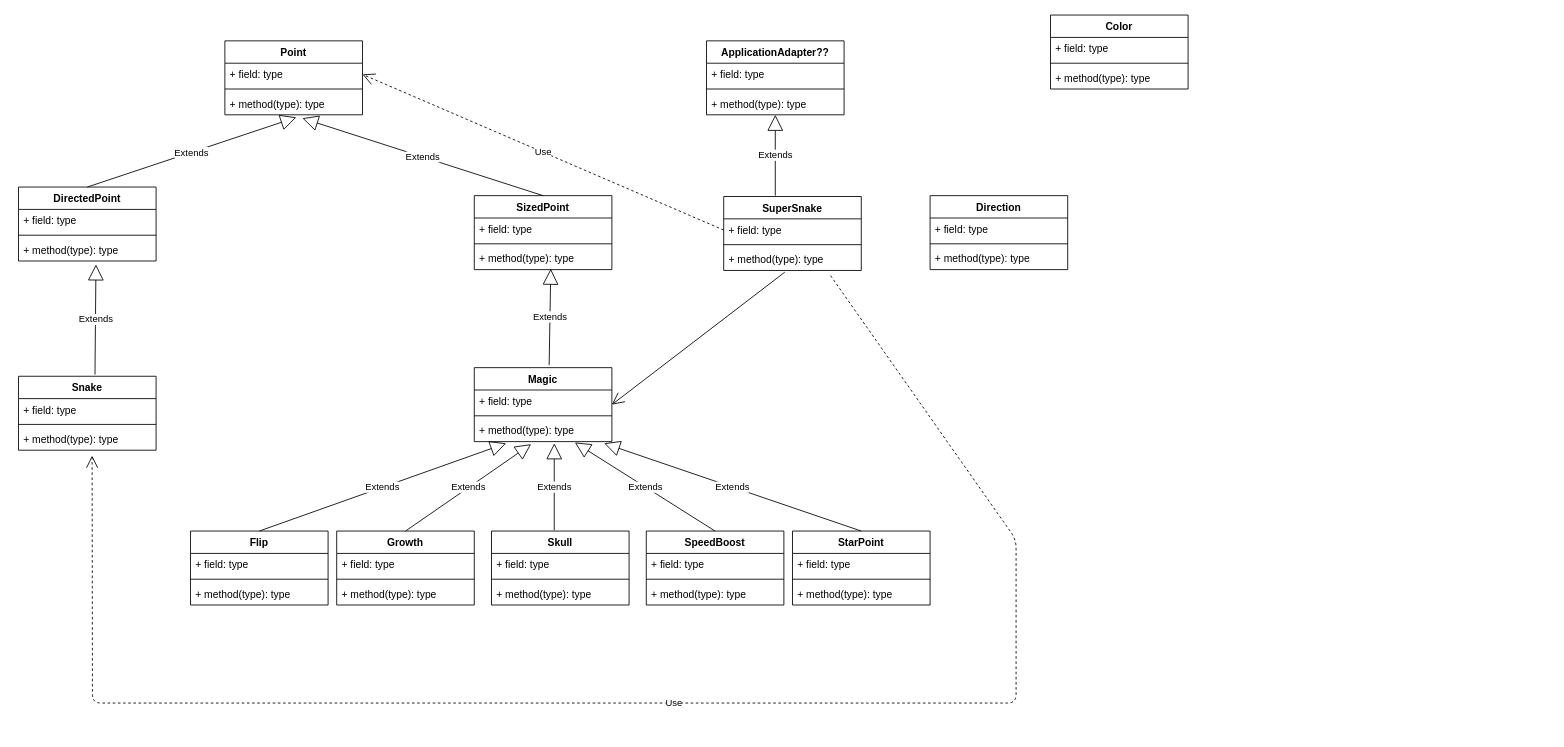
The draw.io diagram UML Inlämningsuppgift.drawio in toblinds/Inl-mningsuppgift, before the edit. Source tidied: cells renumbered, new cells numbered last; positions are measured from the earlier drawing's top-left corner, leaving out a move shared by most shapes. Both pictures are drawn from the tidied source at 86%, with x=0, y=0 at pixel (18, 15).
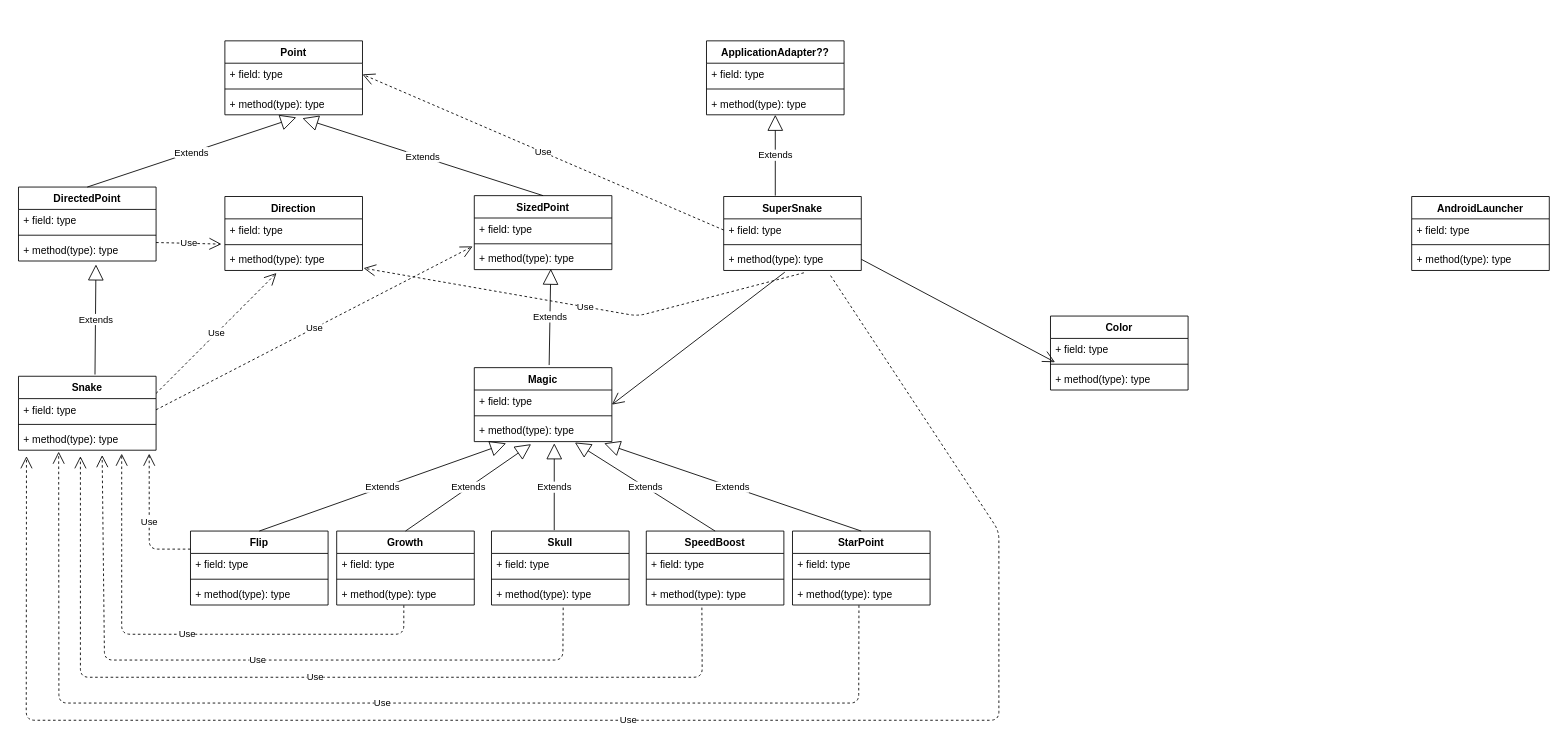
The same diagram, later.

The change refers to these unchanged cells:
```xml
<mxCell id="9" value="+ method(type): type" style="text;strokeColor=none;fillColor=none;align=left;verticalAlign=top;spacingLeft=4;spacingRight=4;overflow=hidden;points=[[0,0.5],[1,0.5]];portConstraint=eastwest;" parent="6" vertex="1">
  <mxGeometry y="60" width="160" height="26" as="geometry" />
</mxCell>
<mxCell id="11" value="+ field: type" style="text;strokeColor=none;fillColor=none;align=left;verticalAlign=top;spacingLeft=4;spacingRight=4;overflow=hidden;points=[[0,0.5],[1,0.5]];portConstraint=eastwest;" parent="10" vertex="1">
  <mxGeometry y="26" width="160" height="26" as="geometry" />
</mxCell>
<mxCell id="13" value="+ method(type): type" style="text;strokeColor=none;fillColor=none;align=left;verticalAlign=top;spacingLeft=4;spacingRight=4;overflow=hidden;points=[[0,0.5],[1,0.5]];portConstraint=eastwest;" parent="10" vertex="1">
  <mxGeometry y="60" width="160" height="26" as="geometry" />
</mxCell>
<mxCell id="14" value="DirectedPoint" style="swimlane;fontStyle=1;align=center;verticalAlign=top;horizontal=1;startSize=26;" parent="1" vertex="1">
  <mxGeometry y="200" width="160" height="86" as="geometry" />
</mxCell>
<mxCell id="31" value="+ field: type" style="text;strokeColor=none;fillColor=none;align=left;verticalAlign=top;spacingLeft=4;spacingRight=4;overflow=hidden;points=[[0,0.5],[1,0.5]];portConstraint=eastwest;" parent="30" vertex="1">
  <mxGeometry y="26" width="160" height="26" as="geometry" />
</mxCell>
<mxCell id="37" value="+ method(type): type" style="text;strokeColor=none;fillColor=none;align=left;verticalAlign=top;spacingLeft=4;spacingRight=4;overflow=hidden;points=[[0,0.5],[1,0.5]];portConstraint=eastwest;" parent="34" vertex="1">
  <mxGeometry y="60" width="160" height="26" as="geometry" />
</mxCell>
<mxCell id="41" value="+ method(type): type" style="text;strokeColor=none;fillColor=none;align=left;verticalAlign=top;spacingLeft=4;spacingRight=4;overflow=hidden;points=[[0,0.5],[1,0.5]];portConstraint=eastwest;" parent="38" vertex="1">
  <mxGeometry y="60" width="160" height="26" as="geometry" />
</mxCell>
<mxCell id="45" value="+ method(type): type" style="text;strokeColor=none;fillColor=none;align=left;verticalAlign=top;spacingLeft=4;spacingRight=4;overflow=hidden;points=[[0,0.5],[1,0.5]];portConstraint=eastwest;" parent="42" vertex="1">
  <mxGeometry y="60" width="160" height="26" as="geometry" />
</mxCell>
<mxCell id="49" value="+ method(type): type" style="text;strokeColor=none;fillColor=none;align=left;verticalAlign=top;spacingLeft=4;spacingRight=4;overflow=hidden;points=[[0,0.5],[1,0.5]];portConstraint=eastwest;" parent="46" vertex="1">
  <mxGeometry y="60" width="160" height="26" as="geometry" />
</mxCell>
<mxCell id="58" value="+ method(type): type" style="text;strokeColor=none;fillColor=none;align=left;verticalAlign=top;spacingLeft=4;spacingRight=4;overflow=hidden;points=[[0,0.5],[1,0.5]];portConstraint=eastwest;" parent="55" vertex="1">
  <mxGeometry y="60" width="160" height="26" as="geometry" />
</mxCell>
<mxCell id="66" value="+ method(type): type" style="text;strokeColor=none;fillColor=none;align=left;verticalAlign=top;spacingLeft=4;spacingRight=4;overflow=hidden;points=[[0,0.5],[1,0.5]];portConstraint=eastwest;" parent="63" vertex="1">
  <mxGeometry y="60" width="160" height="26" as="geometry" />
</mxCell>
<mxCell id="69" style="line;strokeWidth=1;fillColor=none;align=left;verticalAlign=middle;spacingTop=-1;spacingLeft=3;spacingRight=3;labelPosition=right;points=[];portConstraint=eastwest;" parent="67" vertex="1">
  <mxGeometry y="52" width="160" height="8" as="geometry" />
</mxCell>
```

What changed in the source:
```diff
@@
-    <mxCell id="61" value="Use" style="endArrow=open;endSize=12;dashed=1;html=1;entryX=0.535;entryY=1.244;entryDx=0;entryDy=0;entryPerimeter=0;exitX=0.777;exitY=1.231;exitDx=0;exitDy=0;exitPerimeter=0;" parent="1" edge="1" source="58" target="13">
+    <mxCell id="61" value="Use" style="endArrow=open;endSize=12;dashed=1;html=1;exitX=0.777;exitY=1.231;exitDx=0;exitDy=0;exitPerimeter=0;entryX=0.058;entryY=1.269;entryDx=0;entryDy=0;entryPerimeter=0;" parent="1" edge="1" source="58" target="13">
       <mxGeometry relative="1" as="geometry">
         <Array as="points">
-          <mxPoint x="1160" y="610" />
-          <mxPoint x="1160" y="800" />
-          <mxPoint x="86" y="800" />
+          <mxPoint x="1140" y="600" />
+          <mxPoint x="1140" y="820" />
+          <mxPoint x="9" y="820" />
         </Array>
       </mxGeometry>
     </mxCell>
@@
     <mxCell id="63" value="Direction" style="swimlane;fontStyle=1;align=center;verticalAlign=top;horizontal=1;startSize=26;" parent="1" vertex="1">
-      <mxGeometry x="1060" y="210" width="160" height="86" as="geometry" />
+      <mxGeometry x="240" y="211" width="160" height="86" as="geometry" />
     </mxCell>
@@
     <mxCell id="67" value="Color" style="swimlane;fontStyle=1;align=center;verticalAlign=top;horizontal=1;startSize=26;" parent="1" vertex="1">
-      <mxGeometry x="1200" width="160" height="86" as="geometry" />
+      <mxGeometry x="1200" y="350" width="160" height="86" as="geometry" />
     </mxCell>
@@
+    <mxCell id="71" value="AndroidLauncher" style="swimlane;fontStyle=1;align=center;verticalAlign=top;horizontal=1;startSize=26;" parent="1" vertex="1">
+      <mxGeometry x="1620" y="211" width="160" height="86" as="geometry" />
+    </mxCell>
+    <mxCell id="72" value="+ field: type" style="text;strokeColor=none;fillColor=none;align=left;verticalAlign=top;spacingLeft=4;spacingRight=4;overflow=hidden;" parent="71" vertex="1">
+      <mxGeometry y="26" width="160" height="26" as="geometry" />
+    </mxCell>
+    <mxCell id="73" style="line;strokeWidth=1;fillColor=none;align=left;verticalAlign=middle;spacingTop=-1;spacingLeft=3;spacingRight=3;labelPosition=right;" parent="71" vertex="1">
+      <mxGeometry y="52" width="160" height="8" as="geometry" />
+    </mxCell>
+    <mxCell id="74" value="+ method(type): type" style="text;strokeColor=none;fillColor=none;align=left;verticalAlign=top;spacingLeft=4;spacingRight=4;overflow=hidden;" parent="71" vertex="1">
+      <mxGeometry y="60" width="160" height="26" as="geometry" />
+    </mxCell>
+    <mxCell id="75" value="Use" style="endArrow=open;endSize=12;dashed=1;html=1;entryX=1.008;entryY=0.897;entryDx=0;entryDy=0;entryPerimeter=0;exitX=0.583;exitY=1.103;exitDx=0;exitDy=0;exitPerimeter=0;" parent="1" edge="1" source="58" target="66">
+      <mxGeometry relative="1" as="geometry">
+        <Array as="points">
+          <mxPoint x="720" y="350" />
+        </Array>
+      </mxGeometry>
+    </mxCell>
+    <mxCell id="76" style="endArrow=open;endFill=1;endSize=12;html=1;exitX=1;exitY=0.5;exitDx=0;exitDy=0;entryX=0.033;entryY=0.208;entryDx=0;entryDy=0;entryPerimeter=0;" parent="1" edge="1" source="58" target="69">
+      <mxGeometry relative="1" as="geometry" />
+    </mxCell>
+    <mxCell id="77" value="Use" style="endArrow=open;endSize=12;dashed=1;html=1;exitX=1;exitY=0.75;exitDx=0;exitDy=0;entryX=-0.025;entryY=-0.179;entryDx=0;entryDy=0;entryPerimeter=0;" parent="1" edge="1" source="14" target="66">
+      <mxGeometry relative="1" as="geometry" />
+    </mxCell>
+    <mxCell id="78" value="Use" style="endArrow=open;endSize=12;dashed=1;html=1;entryX=0.375;entryY=1.115;entryDx=0;entryDy=0;entryPerimeter=0;" parent="1" edge="1" target="66">
+      <mxGeometry relative="1" as="geometry">
+        <mxPoint x="160" y="440" as="sourcePoint" />
+      </mxGeometry>
+    </mxCell>
+    <mxCell id="79" value="Use" style="endArrow=open;endSize=12;dashed=1;html=1;exitX=1;exitY=0.5;exitDx=0;exitDy=0;entryX=-0.012;entryY=-0.038;entryDx=0;entryDy=0;entryPerimeter=0;" parent="1" edge="1" source="11" target="9">
+      <mxGeometry relative="1" as="geometry" />
+    </mxCell>
+    <mxCell id="80" value="Use" style="endArrow=open;endSize=12;dashed=1;html=1;exitX=0;exitY=-0.192;exitDx=0;exitDy=0;exitPerimeter=0;" parent="1" edge="1" source="31">
+      <mxGeometry relative="1" as="geometry">
+        <mxPoint x="152" y="510" as="targetPoint" />
+        <Array as="points">
+          <mxPoint x="152" y="621" />
+        </Array>
+      </mxGeometry>
+    </mxCell>
+    <mxCell id="81" value="Use" style="endArrow=open;endSize=12;dashed=1;html=1;exitX=0.488;exitY=1.013;exitDx=0;exitDy=0;exitPerimeter=0;entryX=0.75;entryY=1.154;entryDx=0;entryDy=0;entryPerimeter=0;" parent="1" edge="1" source="37" target="13">
+      <mxGeometry relative="1" as="geometry">
+        <Array as="points">
+          <mxPoint x="448" y="720" />
+          <mxPoint x="120" y="720" />
+        </Array>
+      </mxGeometry>
+    </mxCell>
+    <mxCell id="82" value="Use" style="endArrow=open;endSize=12;dashed=1;html=1;exitX=0.521;exitY=1.115;exitDx=0;exitDy=0;exitPerimeter=0;entryX=0.608;entryY=1.218;entryDx=0;entryDy=0;entryPerimeter=0;" parent="1" edge="1" source="41" target="13">
+      <mxGeometry relative="1" as="geometry">
+        <Array as="points">
+          <mxPoint x="633" y="750" />
+          <mxPoint x="100" y="750" />
+        </Array>
+      </mxGeometry>
+    </mxCell>
+    <mxCell id="83" value="Use" style="endArrow=open;endSize=12;dashed=1;html=1;exitX=0.404;exitY=1.115;exitDx=0;exitDy=0;exitPerimeter=0;entryX=0.45;entryY=1.269;entryDx=0;entryDy=0;entryPerimeter=0;" parent="1" edge="1" source="45" target="13">
+      <mxGeometry relative="1" as="geometry">
+        <Array as="points">
+          <mxPoint x="795" y="770" />
+          <mxPoint x="72" y="770" />
+        </Array>
+      </mxGeometry>
+    </mxCell>
+    <mxCell id="84" value="Use" style="endArrow=open;endSize=12;dashed=1;html=1;exitX=0.483;exitY=1.013;exitDx=0;exitDy=0;exitPerimeter=0;entryX=0.292;entryY=1.064;entryDx=0;entryDy=0;entryPerimeter=0;" parent="1" edge="1" source="49" target="13">
+      <mxGeometry relative="1" as="geometry">
+        <Array as="points">
+          <mxPoint x="977" y="800" />
+          <mxPoint x="47" y="800" />
+        </Array>
+      </mxGeometry>
+    </mxCell>
```
